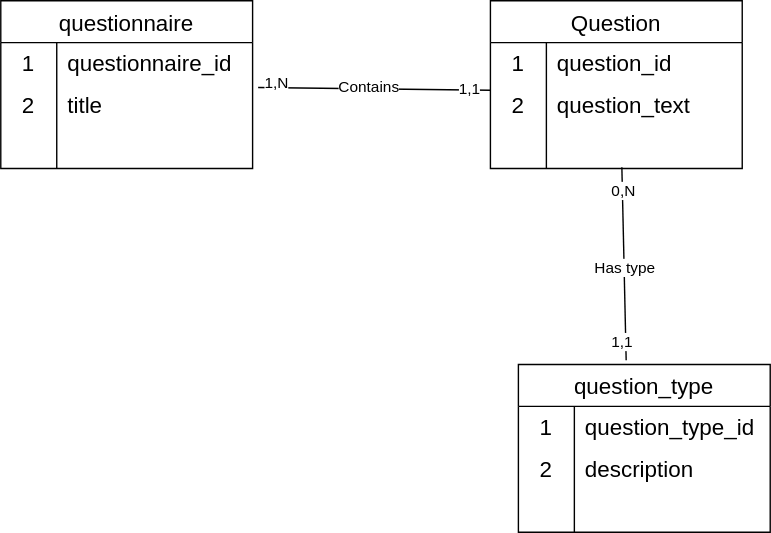
The draw.io diagram Documentation/exercice_looper_documentation/docs/images/MCD_exercice_looper.drawio.svg in Mashiro3131/exercise-looper, before a commit. Source tidied: cells renumbered, new cells last; positions are measured from the earlier drawing's top-left corner, leaving out a move shared by most shapes.
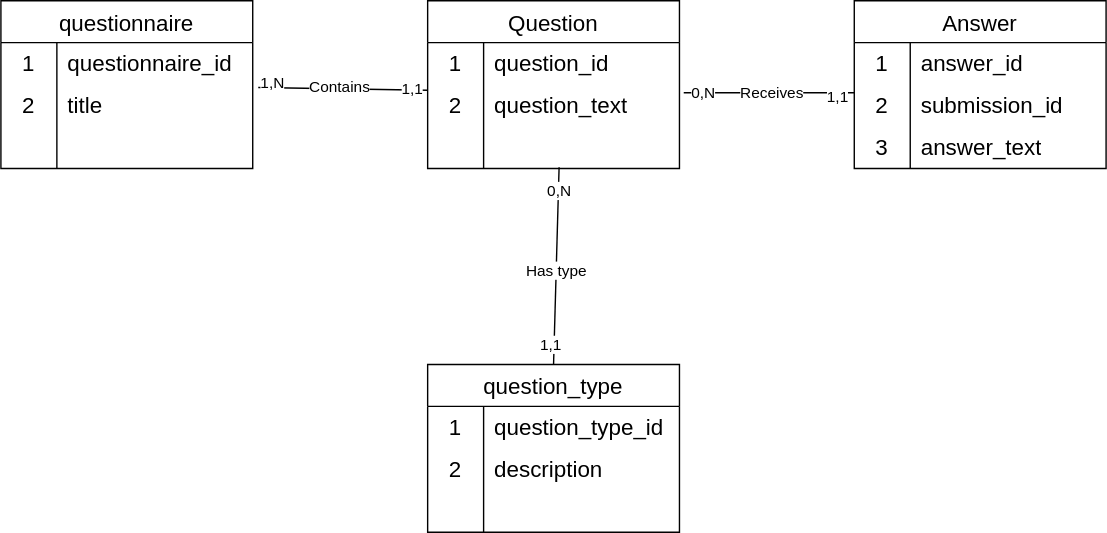
Later version of the same file.

What changed in the source:
```diff
@@ -33,7 +33,7 @@
       <mxGeometry x="40" width="140" height="30" as="geometry" />
     </mxCell>
     <mxCell id="12" value="Question" style="shape=table;startSize=30;rowLines=0;fontStyle=0;strokeColor=default;fontSize=16;" parent="1" vertex="1">
-      <mxGeometry x="350" width="180" height="120" as="geometry" />
+      <mxGeometry x="305" width="180" height="120" as="geometry" />
     </mxCell>
     <mxCell id="13" style="shape=tableRow;horizontal=0;startSize=0;swimlaneHead=0;swimlaneBody=0;top=0;left=0;bottom=0;right=0;fillColor=none;strokeColor=inherit;fontSize=16;" parent="12" vertex="1">
       <mxGeometry y="30" width="180" height="30" as="geometry" />
@@ -63,7 +63,7 @@
       <mxGeometry x="40" width="140" height="30" as="geometry" />
     </mxCell>
     <mxCell id="22" value="question_type" style="shape=table;startSize=30;rowLines=0;fontStyle=0;strokeColor=default;fontSize=16;" parent="1" vertex="1">
-      <mxGeometry x="370" y="260" width="180" height="120" as="geometry" />
+      <mxGeometry x="305" y="260" width="180" height="120" as="geometry" />
     </mxCell>
     <mxCell id="23" style="shape=tableRow;horizontal=0;startSize=0;swimlaneHead=0;swimlaneBody=0;top=0;left=0;bottom=0;right=0;fillColor=none;strokeColor=inherit;fontSize=16;" parent="22" vertex="1">
       <mxGeometry y="30" width="180" height="30" as="geometry" />
@@ -104,7 +104,7 @@
     <mxCell id="35" value="Contains" style="edgeLabel;html=1;align=center;verticalAlign=middle;" parent="32" vertex="1">
       <mxGeometry x="-0.05" y="1" relative="1" as="geometry" />
     </mxCell>
-    <mxCell id="36" style="endArrow=none;html=1;rounded=0;entryX=0.522;entryY=0.967;entryDx=0;entryDy=0;entryPerimeter=0;exitX=0.428;exitY=-0.025;exitDx=0;exitDy=0;exitPerimeter=0;" parent="1" edge="1" source="22" target="19">
+    <mxCell id="36" style="endArrow=none;html=1;rounded=0;entryX=0.522;entryY=0.967;entryDx=0;entryDy=0;entryPerimeter=0;exitX=0.5;exitY=0;exitDx=0;exitDy=0;" parent="1" edge="1" source="22" target="19">
       <mxGeometry relative="1" as="geometry" />
     </mxCell>
     <mxCell id="37" value="0,N" style="edgeLabel;html=1;align=center;verticalAlign=middle;" parent="36" vertex="1">
@@ -116,5 +116,53 @@
     <mxCell id="39" value="Has type" style="edgeLabel;html=1;align=center;verticalAlign=middle;" parent="36" vertex="1">
       <mxGeometry x="-0.03" relative="1" as="geometry" />
     </mxCell>
+    <mxCell id="40" value="Answer" style="shape=table;startSize=30;rowLines=0;fontStyle=0;strokeColor=default;fontSize=16;" parent="1" vertex="1">
+      <mxGeometry x="610" width="180" height="120" as="geometry" />
+    </mxCell>
+    <mxCell id="41" style="shape=tableRow;horizontal=0;startSize=0;swimlaneHead=0;swimlaneBody=0;top=0;left=0;bottom=0;right=0;fillColor=none;strokeColor=inherit;fontSize=16;" parent="40" vertex="1">
+      <mxGeometry y="30" width="180" height="30" as="geometry" />
+    </mxCell>
+    <mxCell id="42" value="1" style="shape=partialRectangle;html=1;whiteSpace=wrap;fillColor=none;top=0;left=0;bottom=0;right=0;overflow=hidden;strokeColor=inherit;fontSize=16;" parent="41" vertex="1">
+      <mxGeometry width="40" height="30" as="geometry" />
+    </mxCell>
+    <mxCell id="43" value="answer_id" style="shape=partialRectangle;html=1;whiteSpace=wrap;fillColor=none;top=0;left=0;bottom=0;right=0;align=left;spacingLeft=6;overflow=hidden;strokeColor=inherit;fontSize=16;" parent="41" vertex="1">
+      <mxGeometry x="40" width="140" height="30" as="geometry" />
+    </mxCell>
+    <mxCell id="44" style="shape=tableRow;horizontal=0;startSize=0;swimlaneHead=0;swimlaneBody=0;top=0;left=0;bottom=0;right=0;fillColor=none;points=[[0,0.5],[1,0.5]];portConstraint=eastwest;strokeColor=inherit;fontSize=16;" parent="40" vertex="1">
+      <mxGeometry y="60" width="180" height="30" as="geometry" />
+    </mxCell>
+    <mxCell id="45" value="2" style="shape=partialRectangle;html=1;whiteSpace=wrap;fillColor=none;top=0;left=0;bottom=0;right=0;overflow=hidden;strokeColor=inherit;fontSize=16;" parent="44" vertex="1">
+      <mxGeometry width="40" height="30" as="geometry" />
+    </mxCell>
+    <mxCell id="46" value="submission_id" style="shape=partialRectangle;html=1;whiteSpace=wrap;fillColor=none;top=0;left=0;bottom=0;right=0;align=left;spacingLeft=6;overflow=hidden;strokeColor=inherit;fontSize=16;" parent="44" vertex="1">
+      <mxGeometry x="40" width="140" height="30" as="geometry" />
+    </mxCell>
+    <mxCell id="47" style="shape=tableRow;horizontal=0;startSize=0;swimlaneHead=0;swimlaneBody=0;top=0;left=0;bottom=0;right=0;fillColor=none;strokeColor=inherit;fontSize=16;" parent="40" vertex="1">
+      <mxGeometry y="90" width="180" height="30" as="geometry" />
+    </mxCell>
+    <mxCell id="48" style="shape=partialRectangle;html=1;whiteSpace=wrap;fillColor=none;top=0;left=0;bottom=0;right=0;overflow=hidden;strokeColor=inherit;fontSize=16;" parent="47" vertex="1">
+      <mxGeometry width="40" height="30" as="geometry" />
+    </mxCell>
+    <mxCell id="49" style="shape=partialRectangle;html=1;whiteSpace=wrap;fillColor=none;top=0;left=0;bottom=0;right=0;align=left;spacingLeft=6;overflow=hidden;strokeColor=inherit;fontSize=16;" parent="47" vertex="1">
+      <mxGeometry x="40" width="140" height="30" as="geometry" />
+    </mxCell>
+    <mxCell id="50" value="answer_text" style="shape=partialRectangle;html=1;whiteSpace=wrap;fillColor=none;top=0;left=0;bottom=0;right=0;align=left;spacingLeft=6;overflow=hidden;strokeColor=inherit;fontSize=16;" parent="1" vertex="1">
+      <mxGeometry x="650" y="90" width="140" height="30" as="geometry" />
+    </mxCell>
+    <mxCell id="51" value="3" style="shape=partialRectangle;html=1;whiteSpace=wrap;fillColor=none;top=0;left=0;bottom=0;right=0;overflow=hidden;strokeColor=inherit;fontSize=16;" parent="1" vertex="1">
+      <mxGeometry x="610" y="90" width="40" height="30" as="geometry" />
+    </mxCell>
+    <mxCell id="52" style="endArrow=none;html=1;rounded=0;entryX=1.017;entryY=0.194;entryDx=0;entryDy=0;entryPerimeter=0;exitX=-0.001;exitY=0.194;exitDx=0;exitDy=0;exitPerimeter=0;" parent="1" edge="1" source="44" target="16">
+      <mxGeometry relative="1" as="geometry" />
+    </mxCell>
+    <mxCell id="53" value="0,N" style="edgeLabel;html=1;align=center;verticalAlign=middle;" parent="52" vertex="1">
+      <mxGeometry x="0.77" relative="1" as="geometry" />
+    </mxCell>
+    <mxCell id="54" value="1,1" style="edgeLabel;html=1;align=center;verticalAlign=middle;" parent="52" vertex="1">
+      <mxGeometry x="-0.8" y="3" relative="1" as="geometry" />
+    </mxCell>
+    <mxCell id="55" value="Receives" style="edgeLabel;html=1;align=center;verticalAlign=middle;" parent="52" vertex="1">
+      <mxGeometry x="-0.03" relative="1" as="geometry" />
+    </mxCell>
   </root>
 </mxGraphModel>
```
